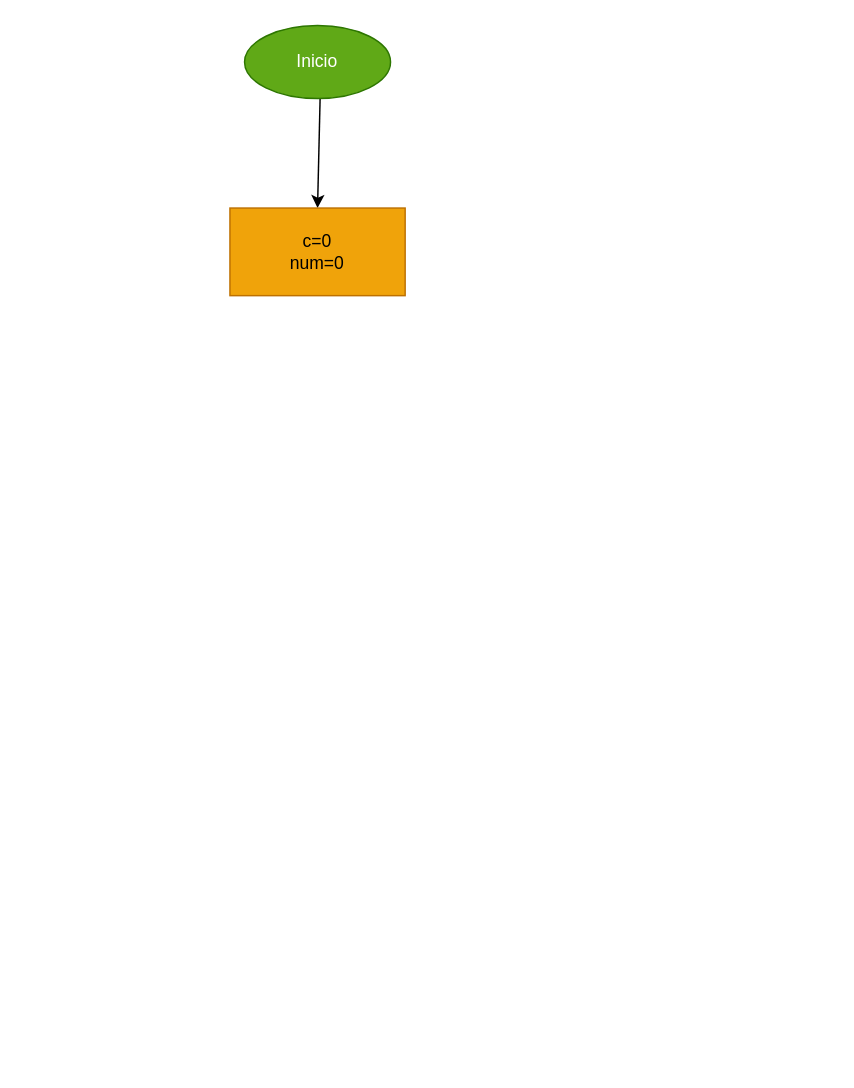
The draw.io diagram ejercicio_2/diagrama.drawio in Paugs09/estructura_repetitiva_while, before the edit. Source tidied: cells renumbered, new cells numbered last; positions are measured from the earlier drawing's top-left corner, leaving out a move shared by most shapes. Both pictures are drawn from the tidied source at 146%, with x=0, y=0 at pixel (229, 25).
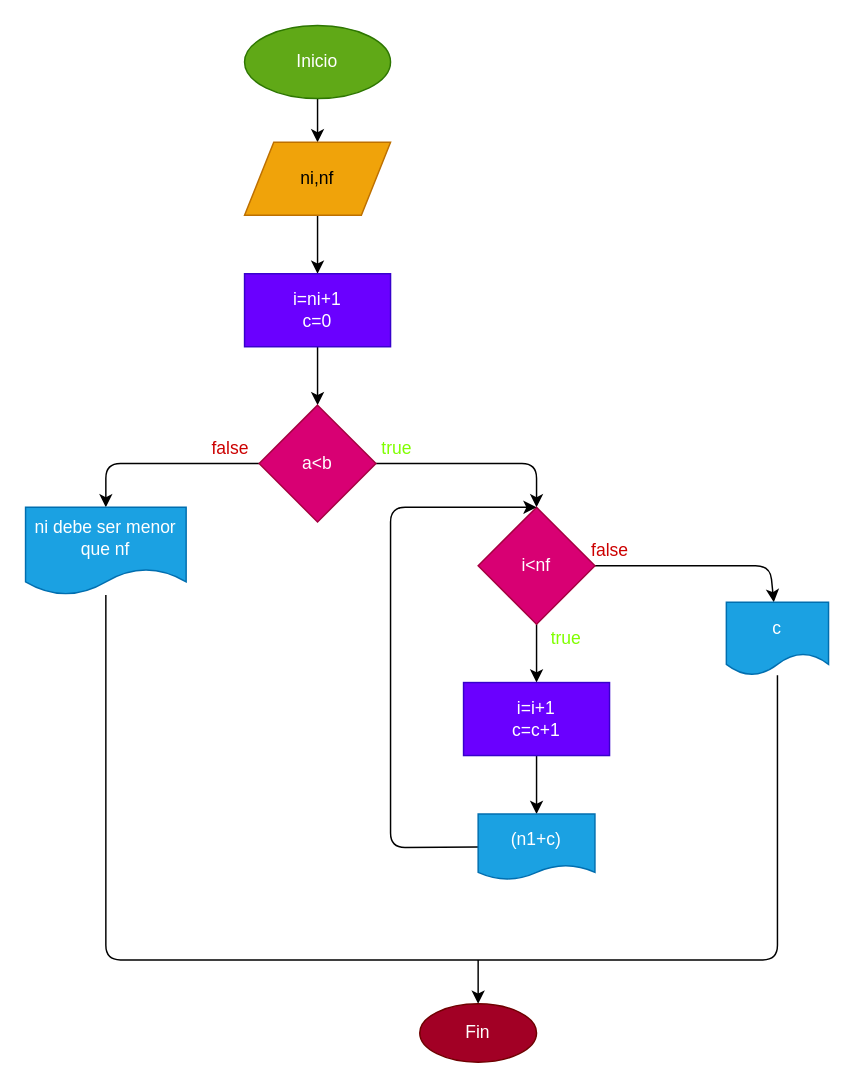
The same page after the edit.

What changed in the source:
```diff
@@
+    <mxCell id="5" style="edgeStyle=none;html=1;" parent="1" edge="1" source="3" target="2">
+      <mxGeometry relative="1" as="geometry" />
+    </mxCell>
+    <mxCell id="3" value="Inicio" style="ellipse;whiteSpace=wrap;html=1;fillColor=#60a917;fontColor=#ffffff;strokeColor=#2D7600;" parent="1" vertex="1">
+      <mxGeometry x="10" width="100" height="50" as="geometry" />
+    </mxCell>
+    <mxCell id="6" style="edgeStyle=none;html=1;" parent="1" edge="1" source="2" target="8">
+      <mxGeometry relative="1" as="geometry" />
+    </mxCell>
-    <mxCell id="2" style="edgeStyle=none;html=1;" parent="1" edge="1" source="3" target="4">
-      <mxGeometry relative="1" as="geometry" />
+    <mxCell id="2" value="ni,nf" style="shape=parallelogram;perimeter=parallelogramPerimeter;whiteSpace=wrap;html=1;fixedSize=1;fillColor=#f0a30a;strokeColor=#BD7000;fontColor=#000000;" parent="1" vertex="1">
+      <mxGeometry x="10" y="80" width="100" height="50" as="geometry" />
     </mxCell>
-    <mxCell id="3" value="Inicio" style="ellipse;whiteSpace=wrap;html=1;fillColor=#60a917;fontColor=#ffffff;strokeColor=#2D7600;" parent="1" vertex="1">
-      <mxGeometry x="10" width="100" height="50" as="geometry" />
-    </mxCell>
-    <mxCell id="4" value="c=0&lt;br&gt;num=0" style="whiteSpace=wrap;html=1;fillColor=#f0a30a;strokeColor=#BD7000;fontColor=#000000;" parent="1" vertex="1">
-      <mxGeometry y="125" width="120" height="60" as="geometry" />
-    </mxCell>
+    <mxCell id="7" style="edgeStyle=none;html=1;" parent="1" edge="1" source="8" target="11">
+      <mxGeometry relative="1" as="geometry" />
+    </mxCell>
+    <mxCell id="8" value="i=ni+1&lt;br&gt;c=0" style="whiteSpace=wrap;html=1;fillColor=#6a00ff;strokeColor=#3700CC;fontColor=#ffffff;" parent="1" vertex="1">
+      <mxGeometry x="10" y="170" width="100" height="50" as="geometry" />
+    </mxCell>
+    <mxCell id="9" style="edgeStyle=none;html=1;" parent="1" edge="1" source="11" target="13">
+      <mxGeometry relative="1" as="geometry">
+        <Array as="points">
+          <mxPoint x="-85" y="300" />
+        </Array>
+      </mxGeometry>
+    </mxCell>
+    <mxCell id="10" style="edgeStyle=none;html=1;" parent="1" edge="1" source="11" target="16">
+      <mxGeometry relative="1" as="geometry">
+        <Array as="points">
+          <mxPoint x="210" y="300" />
+        </Array>
+      </mxGeometry>
+    </mxCell>
+    <mxCell id="11" value="a&amp;lt;b" style="rhombus;whiteSpace=wrap;html=1;fillColor=#d80073;strokeColor=#A50040;fontColor=#ffffff;" parent="1" vertex="1">
+      <mxGeometry x="20" y="260" width="80" height="80" as="geometry" />
+    </mxCell>
+    <mxCell id="12" style="edgeStyle=none;html=1;fontColor=#CC0000;endArrow=none;endFill=0;" parent="1" edge="1" source="13" target="22">
+      <mxGeometry relative="1" as="geometry">
+        <Array as="points">
+          <mxPoint x="-85" y="640" />
+          <mxPoint x="160" y="640" />
+          <mxPoint x="375" y="640" />
+        </Array>
+      </mxGeometry>
+    </mxCell>
+    <mxCell id="13" value="ni debe ser menor que nf" style="shape=document;whiteSpace=wrap;html=1;boundedLbl=1;fillColor=#1ba1e2;fontColor=#ffffff;strokeColor=#006EAF;" parent="1" vertex="1">
+      <mxGeometry x="-140" y="330" width="110" height="60" as="geometry" />
+    </mxCell>
+    <mxCell id="14" style="edgeStyle=none;html=1;" parent="1" edge="1" source="16" target="18">
+      <mxGeometry relative="1" as="geometry" />
+    </mxCell>
+    <mxCell id="15" style="edgeStyle=none;html=1;fontColor=#000000;" parent="1" edge="1" source="16" target="22">
+      <mxGeometry relative="1" as="geometry">
+        <Array as="points">
+          <mxPoint x="370" y="370" />
+        </Array>
+      </mxGeometry>
+    </mxCell>
+    <mxCell id="16" value="i&amp;lt;nf" style="rhombus;whiteSpace=wrap;html=1;fillColor=#d80073;fontColor=#ffffff;strokeColor=#A50040;" parent="1" vertex="1">
+      <mxGeometry x="170" y="330" width="80" height="80" as="geometry" />
+    </mxCell>
+    <mxCell id="17" style="edgeStyle=none;html=1;" parent="1" edge="1" source="18" target="20">
+      <mxGeometry relative="1" as="geometry" />
+    </mxCell>
+    <mxCell id="18" value="i=i+1&lt;br&gt;c=c+1" style="whiteSpace=wrap;html=1;fillColor=#6a00ff;strokeColor=#3700CC;fontColor=#ffffff;" parent="1" vertex="1">
+      <mxGeometry x="160" y="450" width="100" height="50" as="geometry" />
+    </mxCell>
+    <mxCell id="19" style="edgeStyle=none;html=1;entryX=0.5;entryY=0;entryDx=0;entryDy=0;" parent="1" edge="1" source="20" target="16">
+      <mxGeometry relative="1" as="geometry">
+        <Array as="points">
+          <mxPoint x="110" y="563" />
+          <mxPoint x="110" y="330" />
+        </Array>
+      </mxGeometry>
+    </mxCell>
+    <mxCell id="20" value="(n1+c)" style="shape=document;whiteSpace=wrap;html=1;boundedLbl=1;fillColor=#1ba1e2;strokeColor=#006EAF;fontColor=#ffffff;size=0.2222222222222222;" parent="1" vertex="1">
+      <mxGeometry x="170" y="540" width="80" height="45" as="geometry" />
+    </mxCell>
+    <mxCell id="21" value="true" style="text;html=1;align=center;verticalAlign=middle;strokeColor=none;fillColor=none;fontColor=#80FF00;" parent="1" vertex="1">
+      <mxGeometry x="210" y="410" width="40" height="20" as="geometry" />
+    </mxCell>
+    <mxCell id="22" value="c" style="shape=document;whiteSpace=wrap;html=1;boundedLbl=1;fontColor=#ffffff;fillColor=#1ba1e2;strokeColor=#006EAF;" parent="1" vertex="1">
+      <mxGeometry x="340" y="395" width="70" height="50" as="geometry" />
+    </mxCell>
+    <mxCell id="23" value="false" style="text;html=1;align=center;verticalAlign=middle;strokeColor=none;fillColor=none;fontColor=#CC0000;" parent="1" vertex="1">
+      <mxGeometry x="240" y="350" width="40" height="20" as="geometry" />
+    </mxCell>
+    <mxCell id="24" style="edgeStyle=none;html=1;fontColor=#CC0000;endArrow=none;endFill=0;startArrow=classic;startFill=1;" parent="1" edge="1" source="25">
+      <mxGeometry relative="1" as="geometry">
+        <mxPoint x="170" y="640" as="targetPoint" />
+      </mxGeometry>
+    </mxCell>
+    <mxCell id="25" value="Fin" style="ellipse;whiteSpace=wrap;html=1;fontColor=#ffffff;fillColor=#a20025;strokeColor=#6F0000;" parent="1" vertex="1">
+      <mxGeometry x="130" y="670" width="80" height="40" as="geometry" />
+    </mxCell>
+    <mxCell id="26" value="false" style="text;html=1;align=center;verticalAlign=middle;strokeColor=none;fillColor=none;fontColor=#CC0000;" parent="1" vertex="1">
+      <mxGeometry x="-20" y="280" width="40" height="20" as="geometry" />
+    </mxCell>
+    <mxCell id="27" value="true" style="text;html=1;align=center;verticalAlign=middle;strokeColor=none;fillColor=none;fontColor=#80FF00;" parent="1" vertex="1">
+      <mxGeometry x="94" y="280" width="40" height="20" as="geometry" />
+    </mxCell>
```
